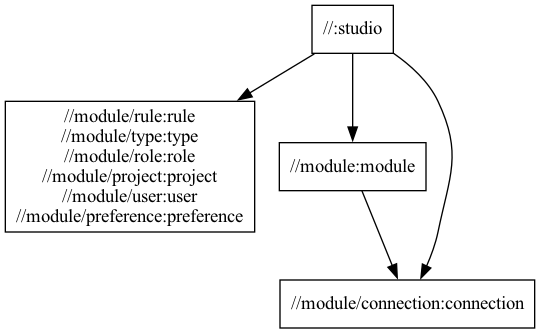
The Graphviz diagram docs/module-package-structure.png in typedb/typedb-studio, before a commit. Its source is kept beside it as docs/module-package-structure.dot.
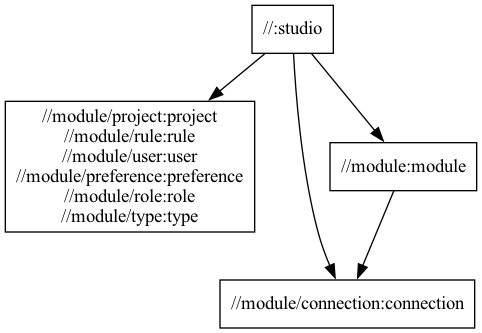
After the commit.

Diff of the diagram source:
```diff
@@ -1,11 +1,11 @@
 digraph mygraph {
   node [shape=box];
   "//:studio"
-  "//:studio" -> "//module/rule:rule\n//module/type:type\n//module/role:role\n//module/project:project\n//module/user:user\n//module/preference:preference"
+  "//:studio" -> "//module/project:project\n//module/rule:rule\n//module/user:user\n//module/preference:preference\n//module/role:role\n//module/type:type"
+  "//:studio" -> "//module/connection:connection"
   "//:studio" -> "//module:module"
-  "//:studio" -> "//module/connection:connection"
+  "//module/project:project\n//module/rule:rule\n//module/user:user\n//module/preference:preference\n//module/role:role\n//module/type:type"
   "//module:module"
   "//module:module" -> "//module/connection:connection"
   "//module/connection:connection"
-  "//module/rule:rule\n//module/type:type\n//module/role:role\n//module/project:project\n//module/user:user\n//module/preference:preference"
 }
```
